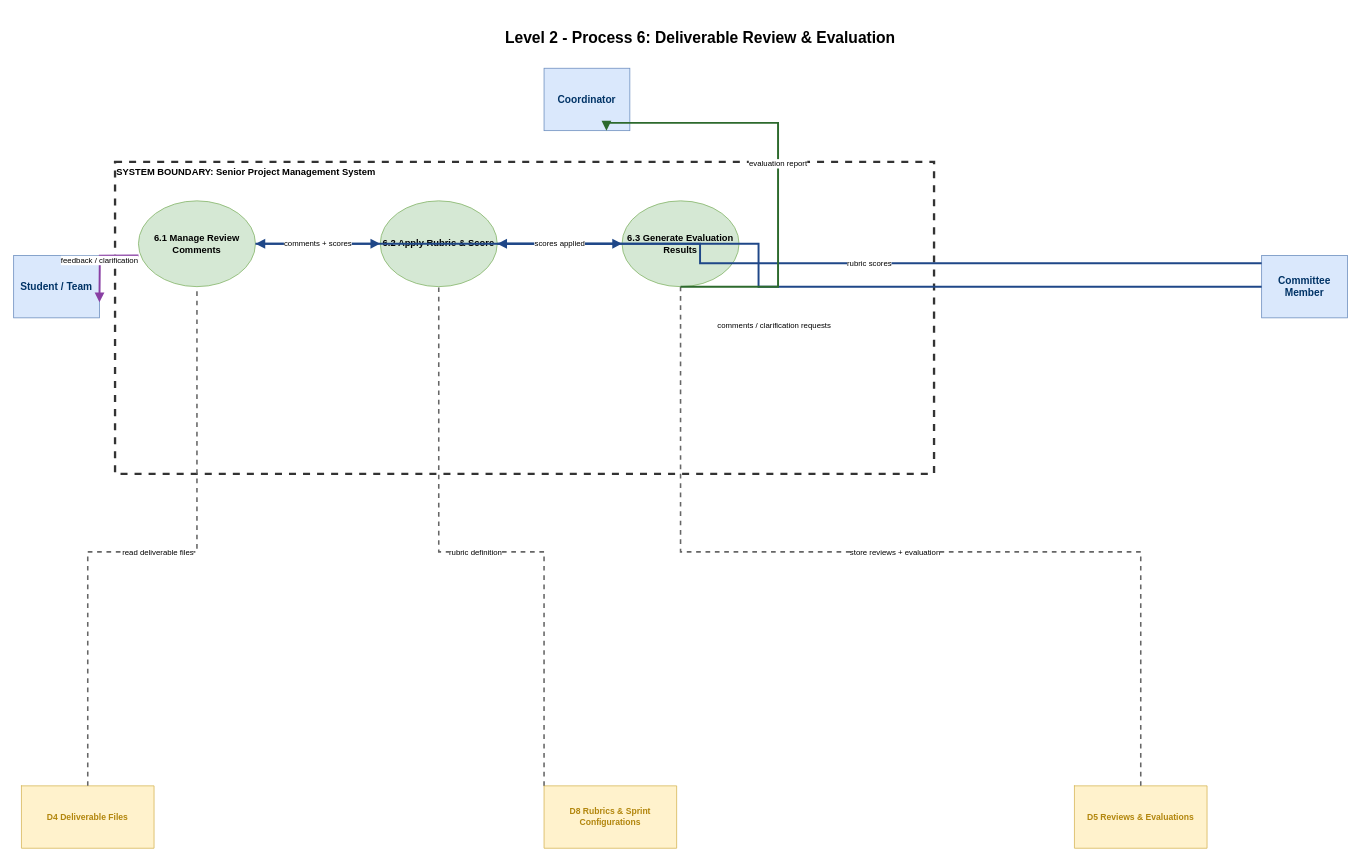
The draw.io diagram docs/dfdLevel2_Process6.drawio in SE3318-Spring-2025-2026/senior-app-3, before the edit. Source tidied: cells renumbered, new cells numbered last; positions are measured from the earlier drawing's top-left corner, leaving out a move shared by most shapes. Both pictures are drawn from the tidied source at 78%, with x=0, y=0 at pixel (13, 13).
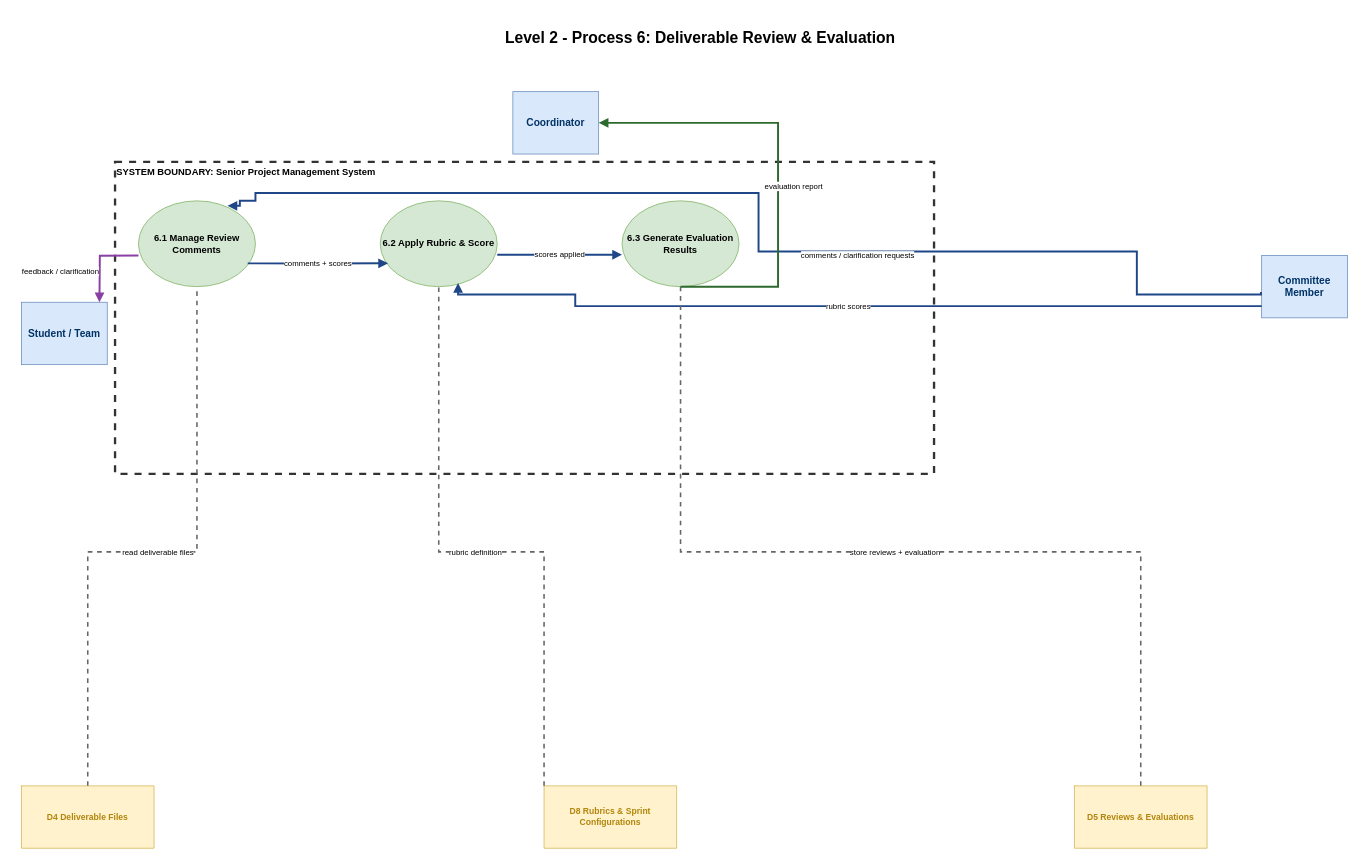
The same page after the edit.

The change refers to these unchanged cells:
```xml
<mxCell id="5" value="Committee Member" style="rounded=0;whiteSpace=wrap;html=1;fillColor=#DAE8FC;strokeColor=#6C8EBF;fontStyle=1;fontSize=13;fontColor=#003366;" parent="1" vertex="1">
  <mxGeometry x="1600" y="310" width="110" height="80" as="geometry" />
</mxCell>
<mxCell id="10" value="6.1 Manage Review Comments" style="ellipse;whiteSpace=wrap;html=1;fillColor=#D5E8D4;strokeColor=#82B366;fontStyle=1;fontSize=12;fontColor:#004620;" parent="1" vertex="1">
  <mxGeometry x="160" y="240" width="150" height="110" as="geometry" />
</mxCell>
<mxCell id="11" value="6.2 Apply Rubric &amp; Score" style="ellipse;whiteSpace=wrap;html=1;fillColor=#D5E8D4;strokeColor=#82B366;fontStyle=1;fontSize=12;fontColor:#004620;" parent="1" vertex="1">
  <mxGeometry x="470" y="240" width="150" height="110" as="geometry" />
</mxCell>
```

What changed in the source:
```diff
@@
     <mxCell id="4" value="Student / Team" style="rounded=0;whiteSpace=wrap;html=1;fillColor=#DAE8FC;strokeColor=#6C8EBF;fontStyle=1;fontSize=13;fontColor=#003366;" parent="1" vertex="1">
-      <mxGeometry y="310" width="110" height="80" as="geometry" />
+      <mxGeometry x="10" y="370" width="110" height="80" as="geometry" />
     </mxCell>
@@
     <mxCell id="6" value="Coordinator" style="rounded=0;whiteSpace=wrap;html=1;fillColor=#DAE8FC;strokeColor=#6C8EBF;fontStyle=1;fontSize=13;fontColor=#003366;" parent="1" vertex="1">
-      <mxGeometry x="680" y="70" width="110" height="80" as="geometry" />
+      <mxGeometry x="640" y="100" width="110" height="80" as="geometry" />
     </mxCell>
@@
-    <mxCell id="13" value="comments / clarification requests" style="edgeStyle=orthogonalEdgeStyle;rounded=0;html=1;endArrow=block;endFill=1;strokeColor=#1F4788;strokeWidth=2.5;fontSize=10;" parent="1" edge="1">
-      <mxGeometry x="-0.07" y="50" relative="1" as="geometry">
-        <mxPoint x="1600" y="350" as="sourcePoint" />
-        <mxPoint x="310" y="295" as="targetPoint" />
+    <mxCell id="13" value="comments / clarification requests" style="edgeStyle=orthogonalEdgeStyle;rounded=0;html=1;endArrow=block;endFill=1;strokeColor=#1F4788;strokeWidth=2.5;fontSize=10;exitX=-0.008;exitY=0.585;exitDx=0;exitDy=0;exitPerimeter=0;entryX=0.761;entryY=0.058;entryDx=0;entryDy=0;entryPerimeter=0;" parent="1" edge="1" source="5" target="10">
+      <mxGeometry x="-0.22" y="5" relative="1" as="geometry">
         <Array as="points">
-          <mxPoint x="955" y="350" />
-          <mxPoint x="955" y="295" />
+          <mxPoint x="1599" y="360" />
+          <mxPoint x="1440" y="360" />
+          <mxPoint x="1440" y="305" />
+          <mxPoint x="955" y="305" />
+          <mxPoint x="955" y="230" />
+          <mxPoint x="310" y="230" />
+          <mxPoint x="310" y="240" />
+          <mxPoint x="290" y="240" />
+          <mxPoint x="290" y="246" />
         </Array>
       </mxGeometry>
     </mxCell>
-    <mxCell id="14" value="rubric scores" style="edgeStyle=orthogonalEdgeStyle;rounded=0;html=1;endArrow=block;endFill=1;strokeColor=#1F4788;strokeWidth=2.5;fontSize=10;" parent="1" edge="1">
+    <mxCell id="14" value="rubric scores" style="edgeStyle=orthogonalEdgeStyle;rounded=0;html=1;endArrow=block;endFill=1;strokeColor=#1F4788;strokeWidth=2.5;fontSize=10;entryX=0.665;entryY=0.958;entryDx=0;entryDy=0;entryPerimeter=0;" parent="1" edge="1" target="11">
       <mxGeometry relative="1" as="geometry">
-        <mxPoint x="1600" y="320" as="sourcePoint" />
-        <mxPoint x="620" y="295" as="targetPoint" />
+        <mxPoint x="1600" y="375" as="sourcePoint" />
         <Array as="points">
-          <mxPoint x="880" y="320" />
+          <mxPoint x="720" y="375" />
+          <mxPoint x="720" y="360" />
+          <mxPoint x="570" y="360" />
         </Array>
       </mxGeometry>
     </mxCell>
-    <mxCell id="15" value="comments + scores" style="edgeStyle=orthogonalEdgeStyle;rounded=0;html=1;endArrow=block;endFill=1;strokeColor=#1F4788;strokeWidth=2.5;fontSize=10;" parent="1" edge="1">
+    <mxCell id="15" value="comments + scores" style="edgeStyle=orthogonalEdgeStyle;rounded=0;html=1;endArrow=block;endFill=1;strokeColor=#1F4788;strokeWidth=2.5;fontSize=10;exitX=0.934;exitY=0.729;exitDx=0;exitDy=0;exitPerimeter=0;" parent="1" edge="1" source="10">
       <mxGeometry relative="1" as="geometry">
-        <mxPoint x="310" y="295" as="sourcePoint" />
-        <mxPoint x="470" y="295" as="targetPoint" />
+        <mxPoint x="480" y="320" as="targetPoint" />
       </mxGeometry>
     </mxCell>
     <mxCell id="16" value="scores applied" style="edgeStyle=orthogonalEdgeStyle;rounded=0;html=1;endArrow=block;endFill=1;strokeColor=#1F4788;strokeWidth=2.5;fontSize=10;" parent="1" edge="1">
       <mxGeometry relative="1" as="geometry">
-        <mxPoint x="620" y="295" as="sourcePoint" />
-        <mxPoint x="780" y="295" as="targetPoint" />
+        <mxPoint x="620" y="309.1" as="sourcePoint" />
+        <mxPoint x="780" y="309.1" as="targetPoint" />
       </mxGeometry>
     </mxCell>
@@
     <mxCell id="20" value="feedback / clarification" style="edgeStyle=orthogonalEdgeStyle;rounded=0;html=1;endArrow=block;endFill=1;strokeColor=#893FA3;strokeWidth=2.5;fontSize=10;" parent="1" edge="1">
-      <mxGeometry relative="1" as="geometry">
+      <mxGeometry x="0.27" y="-50" relative="1" as="geometry">
         <mxPoint x="160" y="310" as="sourcePoint" />
         <mxPoint x="110" y="370" as="targetPoint" />
       </mxGeometry>
     </mxCell>
-    <mxCell id="21" value="evaluation report" style="edgeStyle=orthogonalEdgeStyle;rounded=0;html=1;endArrow=block;endFill=1;strokeColor=#2D6A2D;strokeWidth=2.5;fontSize=10;" parent="1" edge="1">
-      <mxGeometry relative="1" as="geometry">
+    <mxCell id="21" value="evaluation report" style="edgeStyle=orthogonalEdgeStyle;rounded=0;html=1;endArrow=block;endFill=1;strokeColor=#2D6A2D;strokeWidth=2.5;fontSize=10;entryX=1;entryY=0.5;entryDx=0;entryDy=0;" parent="1" edge="1" target="6">
+      <mxGeometry x="-0.1" y="-20" relative="1" as="geometry">
         <mxPoint x="855" y="350" as="sourcePoint" />
-        <mxPoint x="760" y="150" as="targetPoint" />
         <Array as="points">
           <mxPoint x="980" y="350" />
           <mxPoint x="980" y="140" />
-          <mxPoint x="760" y="140" />
         </Array>
       </mxGeometry>
     </mxCell>
```
